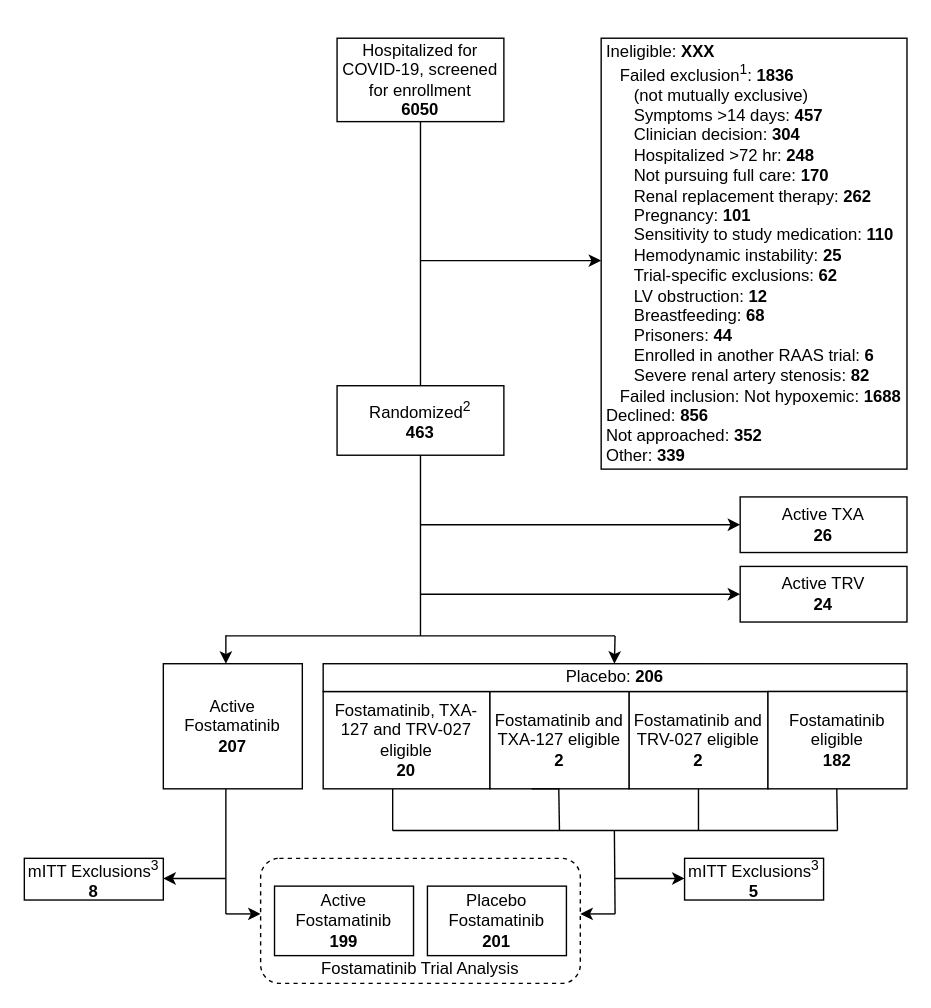
This is A4HT-CONSORT.drawio from jjdeclercq/VUMisC, a draw.io file, before an edit. Source tidied: cells renumbered, new cells numbered last; positions are measured from the earlier drawing's top-left corner, leaving out a move shared by most shapes. Both pictures are drawn from the tidied source at 139%, with x=0, y=0 at pixel (24, 38).
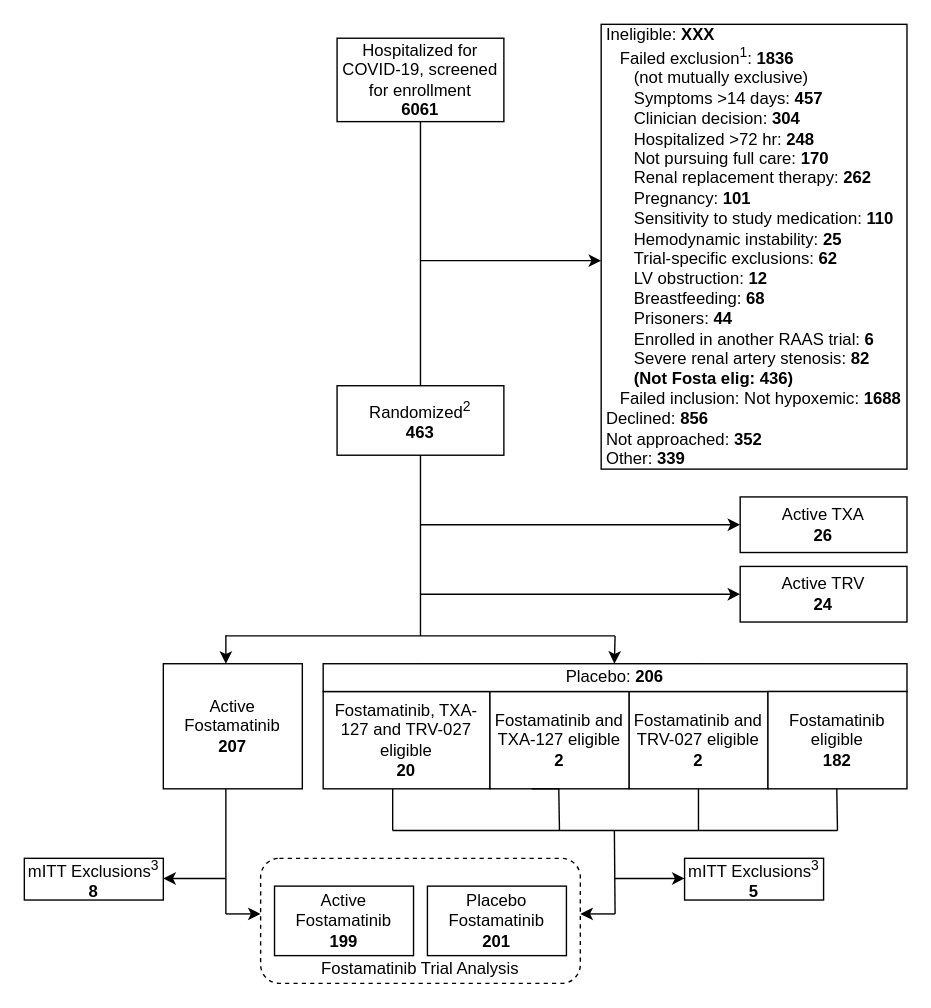
The same page after the edit.

The edit, as a diff of the source:
```diff
@@
-    <mxCell id="3" value="Hospitalized for COVID-19, screened for enrollment&lt;br&gt;&lt;b&gt;6050&lt;/b&gt;" style="rounded=0;whiteSpace=wrap;html=1;" parent="1" vertex="1">
+    <mxCell id="3" value="Hospitalized for COVID-19, screened for enrollment&lt;br&gt;&lt;b&gt;6061&lt;/b&gt;" style="rounded=0;whiteSpace=wrap;html=1;" parent="1" vertex="1">
       <mxGeometry x="225" width="120" height="60" as="geometry" />
     </mxCell>
@@
-    <mxCell id="5" value="&lt;div style=&quot;text-align: left;&quot;&gt;&lt;span style=&quot;background-color: initial;&quot;&gt;Ineligible: &lt;b&gt;XXX&lt;/b&gt;&lt;/span&gt;&lt;/div&gt;&lt;div style=&quot;text-align: left;&quot;&gt;&lt;span style=&quot;background-color: initial;&quot;&gt;&lt;b&gt;&amp;nbsp; &amp;nbsp;&lt;/b&gt;Failed exclusion&lt;sup&gt;1&lt;/sup&gt;: &lt;b&gt;1836&lt;/b&gt;&lt;/span&gt;&lt;/div&gt;&lt;div style=&quot;text-align: left;&quot;&gt;&lt;span style=&quot;background-color: initial;&quot;&gt;&lt;b&gt;&amp;nbsp; &amp;nbsp; &amp;nbsp; &lt;/b&gt;(not mutually exclusive)&lt;/span&gt;&lt;/div&gt;&lt;div style=&quot;text-align: left;&quot;&gt;&lt;span style=&quot;background-color: initial;&quot;&gt;&amp;nbsp; &amp;nbsp; &amp;nbsp; Symptoms &amp;gt;14 days: &lt;b&gt;457&lt;/b&gt;&lt;/span&gt;&lt;br&gt;&lt;/div&gt;&lt;div style=&quot;text-align: left;&quot;&gt;&amp;nbsp; &amp;nbsp; &amp;nbsp; Clinician decision: &lt;b&gt;304&lt;/b&gt;&lt;/div&gt;&lt;div style=&quot;text-align: left;&quot;&gt;&amp;nbsp; &amp;nbsp; &amp;nbsp; Hospitalized &amp;gt;72 hr: &lt;b&gt;248&lt;/b&gt;&lt;/div&gt;&lt;div style=&quot;text-align: left;&quot;&gt;&amp;nbsp; &amp;nbsp; &amp;nbsp; Not pursuing full care: &lt;b&gt;170&lt;br&gt;&lt;/b&gt;&lt;/div&gt;&lt;div style=&quot;text-align: left;&quot;&gt;&amp;nbsp; &amp;nbsp; &amp;nbsp; Renal replacement therapy: &lt;b&gt;262&lt;/b&gt;&lt;/div&gt;&lt;div style=&quot;text-align: left;&quot;&gt;&lt;span style=&quot;background-color: initial;&quot;&gt;&amp;nbsp; &amp;nbsp; &amp;nbsp; Pregnancy: &lt;b&gt;101&lt;/b&gt;&lt;/span&gt;&lt;/div&gt;&lt;div style=&quot;text-align: left;&quot;&gt;&lt;b style=&quot;background-color: initial;&quot;&gt;&amp;nbsp; &amp;nbsp; &amp;nbsp; &lt;/b&gt;&lt;span style=&quot;background-color: initial;&quot;&gt;Sensitivity to study medication: &lt;b&gt;110&lt;/b&gt;&lt;/span&gt;&lt;/div&gt;&lt;div style=&quot;text-align: left;&quot;&gt;&lt;span style=&quot;background-color: initial;&quot;&gt;&amp;nbsp; &amp;nbsp; &amp;nbsp; Hemodynamic instability: &lt;b&gt;25&lt;/b&gt;&lt;/span&gt;&lt;/div&gt;&lt;div style=&quot;text-align: left;&quot;&gt;&lt;b style=&quot;border-color: var(--border-color);&quot;&gt;&amp;nbsp; &amp;nbsp; &amp;nbsp;&amp;nbsp;&lt;/b&gt;Trial-specific exclusions: &lt;b&gt;62&lt;/b&gt;&lt;span style=&quot;background-color: initial;&quot;&gt;&lt;b&gt;&lt;br&gt;&lt;/b&gt;&lt;/span&gt;&lt;/div&gt;&lt;div style=&quot;text-align: left;&quot;&gt;&lt;span style=&quot;background-color: initial;&quot;&gt;&lt;b&gt;&amp;nbsp; &amp;nbsp; &amp;nbsp; &lt;/b&gt;LV obstruction: &lt;b&gt;12&lt;/b&gt;&lt;/span&gt;&lt;/div&gt;&lt;div style=&quot;text-align: left;&quot;&gt;&lt;span style=&quot;background-color: initial;&quot;&gt;&lt;b&gt;&amp;nbsp; &amp;nbsp; &amp;nbsp; &lt;/b&gt;Breastfeeding: &lt;b&gt;68&lt;/b&gt;&lt;/span&gt;&lt;/div&gt;&lt;div style=&quot;text-align: left;&quot;&gt;&lt;span style=&quot;background-color: initial;&quot;&gt;&amp;nbsp; &amp;nbsp; &amp;nbsp; Prisoners: &lt;b&gt;44&lt;/b&gt;&lt;/span&gt;&lt;/div&gt;&lt;div style=&quot;text-align: left;&quot;&gt;&lt;span style=&quot;background-color: initial;&quot;&gt;&amp;nbsp; &amp;nbsp; &amp;nbsp; Enrolled in another RAAS trial: &lt;b&gt;6&lt;/b&gt;&lt;/span&gt;&lt;/div&gt;&lt;div style=&quot;text-align: left;&quot;&gt;&lt;span style=&quot;background-color: initial;&quot;&gt;&amp;nbsp; &amp;nbsp; &amp;nbsp; Severe renal artery stenosis: &lt;b&gt;82&lt;/b&gt;&lt;/span&gt;&lt;/div&gt;&lt;div style=&quot;text-align: left;&quot;&gt;&amp;nbsp; &amp;nbsp;Failed inclusion: Not hypoxemic: &lt;b&gt;1688&lt;br&gt;&lt;/b&gt;&lt;/div&gt;&lt;div style=&quot;text-align: left;&quot;&gt;&lt;span style=&quot;border-color: var(--border-color);&quot;&gt;Declined: &lt;b&gt;856&lt;/b&gt;&lt;br&gt;&lt;/span&gt;&lt;/div&gt;&lt;div style=&quot;text-align: left;&quot;&gt;&lt;span style=&quot;background-color: initial;&quot;&gt;Not approached: &lt;b&gt;352&lt;/b&gt;&lt;/span&gt;&lt;/div&gt;&lt;div style=&quot;text-align: left;&quot;&gt;&lt;span style=&quot;background-color: initial;&quot;&gt;Other: &lt;b&gt;339&lt;/b&gt;&lt;/span&gt;&lt;br&gt;&lt;/div&gt;" style="rounded=0;whiteSpace=wrap;html=1;" parent="1" vertex="1">
-      <mxGeometry x="415" width="220" height="310" as="geometry" />
+    <mxCell id="5" value="&lt;div style=&quot;text-align: left;&quot;&gt;&lt;span style=&quot;background-color: initial;&quot;&gt;Ineligible: &lt;b&gt;XXX&lt;/b&gt;&lt;/span&gt;&lt;/div&gt;&lt;div style=&quot;text-align: left;&quot;&gt;&lt;span style=&quot;background-color: initial;&quot;&gt;&lt;b&gt;&amp;nbsp; &amp;nbsp;&lt;/b&gt;Failed exclusion&lt;sup&gt;1&lt;/sup&gt;: &lt;b&gt;1836&lt;/b&gt;&lt;/span&gt;&lt;/div&gt;&lt;div style=&quot;text-align: left;&quot;&gt;&lt;span style=&quot;background-color: initial;&quot;&gt;&lt;b&gt;&amp;nbsp; &amp;nbsp; &amp;nbsp; &lt;/b&gt;(not mutually exclusive)&lt;/span&gt;&lt;/div&gt;&lt;div style=&quot;text-align: left;&quot;&gt;&lt;span style=&quot;background-color: initial;&quot;&gt;&amp;nbsp; &amp;nbsp; &amp;nbsp; Symptoms &amp;gt;14 days: &lt;b&gt;457&lt;/b&gt;&lt;/span&gt;&lt;br&gt;&lt;/div&gt;&lt;div style=&quot;text-align: left;&quot;&gt;&amp;nbsp; &amp;nbsp; &amp;nbsp; Clinician decision: &lt;b&gt;304&lt;/b&gt;&lt;/div&gt;&lt;div style=&quot;text-align: left;&quot;&gt;&amp;nbsp; &amp;nbsp; &amp;nbsp; Hospitalized &amp;gt;72 hr: &lt;b&gt;248&lt;/b&gt;&lt;/div&gt;&lt;div style=&quot;text-align: left;&quot;&gt;&amp;nbsp; &amp;nbsp; &amp;nbsp; Not pursuing full care: &lt;b&gt;170&lt;br&gt;&lt;/b&gt;&lt;/div&gt;&lt;div style=&quot;text-align: left;&quot;&gt;&amp;nbsp; &amp;nbsp; &amp;nbsp; Renal replacement therapy: &lt;b&gt;262&lt;/b&gt;&lt;/div&gt;&lt;div style=&quot;text-align: left;&quot;&gt;&lt;span style=&quot;background-color: initial;&quot;&gt;&amp;nbsp; &amp;nbsp; &amp;nbsp; Pregnancy: &lt;b&gt;101&lt;/b&gt;&lt;/span&gt;&lt;/div&gt;&lt;div style=&quot;text-align: left;&quot;&gt;&lt;b style=&quot;background-color: initial;&quot;&gt;&amp;nbsp; &amp;nbsp; &amp;nbsp; &lt;/b&gt;&lt;span style=&quot;background-color: initial;&quot;&gt;Sensitivity to study medication: &lt;b&gt;110&lt;/b&gt;&lt;/span&gt;&lt;/div&gt;&lt;div style=&quot;text-align: left;&quot;&gt;&lt;span style=&quot;background-color: initial;&quot;&gt;&amp;nbsp; &amp;nbsp; &amp;nbsp; Hemodynamic instability: &lt;b&gt;25&lt;/b&gt;&lt;/span&gt;&lt;/div&gt;&lt;div style=&quot;text-align: left;&quot;&gt;&lt;b style=&quot;border-color: var(--border-color);&quot;&gt;&amp;nbsp; &amp;nbsp; &amp;nbsp;&amp;nbsp;&lt;/b&gt;Trial-specific exclusions: &lt;b&gt;62&lt;/b&gt;&lt;span style=&quot;background-color: initial;&quot;&gt;&lt;b&gt;&lt;br&gt;&lt;/b&gt;&lt;/span&gt;&lt;/div&gt;&lt;div style=&quot;text-align: left;&quot;&gt;&lt;span style=&quot;background-color: initial;&quot;&gt;&lt;b&gt;&amp;nbsp; &amp;nbsp; &amp;nbsp; &lt;/b&gt;LV obstruction: &lt;b&gt;12&lt;/b&gt;&lt;/span&gt;&lt;/div&gt;&lt;div style=&quot;text-align: left;&quot;&gt;&lt;span style=&quot;background-color: initial;&quot;&gt;&lt;b&gt;&amp;nbsp; &amp;nbsp; &amp;nbsp; &lt;/b&gt;Breastfeeding: &lt;b&gt;68&lt;/b&gt;&lt;/span&gt;&lt;/div&gt;&lt;div style=&quot;text-align: left;&quot;&gt;&lt;span style=&quot;background-color: initial;&quot;&gt;&amp;nbsp; &amp;nbsp; &amp;nbsp; Prisoners: &lt;b&gt;44&lt;/b&gt;&lt;/span&gt;&lt;/div&gt;&lt;div style=&quot;text-align: left;&quot;&gt;&lt;span style=&quot;background-color: initial;&quot;&gt;&amp;nbsp; &amp;nbsp; &amp;nbsp; Enrolled in another RAAS trial: &lt;b&gt;6&lt;/b&gt;&lt;/span&gt;&lt;/div&gt;&lt;div style=&quot;text-align: left;&quot;&gt;&lt;span style=&quot;background-color: initial;&quot;&gt;&amp;nbsp; &amp;nbsp; &amp;nbsp; Severe renal artery stenosis: &lt;b&gt;82&lt;/b&gt;&lt;/span&gt;&lt;/div&gt;&lt;div style=&quot;text-align: left;&quot;&gt;&lt;span style=&quot;background-color: initial;&quot;&gt;&lt;b&gt;&amp;nbsp; &amp;nbsp; &amp;nbsp; (Not Fosta elig: 436)&lt;/b&gt;&lt;/span&gt;&lt;/div&gt;&lt;div style=&quot;text-align: left;&quot;&gt;&amp;nbsp; &amp;nbsp;Failed inclusion: Not hypoxemic: &lt;b&gt;1688&lt;br&gt;&lt;/b&gt;&lt;/div&gt;&lt;div style=&quot;text-align: left;&quot;&gt;&lt;span style=&quot;border-color: var(--border-color);&quot;&gt;Declined: &lt;b&gt;856&lt;/b&gt;&lt;br&gt;&lt;/span&gt;&lt;/div&gt;&lt;div style=&quot;text-align: left;&quot;&gt;&lt;span style=&quot;background-color: initial;&quot;&gt;Not approached: &lt;b&gt;352&lt;/b&gt;&lt;/span&gt;&lt;/div&gt;&lt;div style=&quot;text-align: left;&quot;&gt;&lt;span style=&quot;background-color: initial;&quot;&gt;Other: &lt;b&gt;339&lt;/b&gt;&lt;/span&gt;&lt;br&gt;&lt;/div&gt;" style="rounded=0;whiteSpace=wrap;html=1;" parent="1" vertex="1">
+      <mxGeometry x="415" y="-10" width="220" height="320" as="geometry" />
     </mxCell>
```
